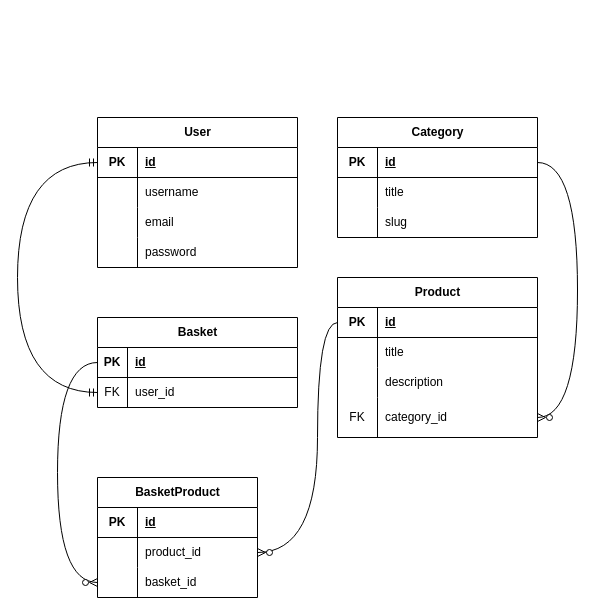
The draw.io diagram ER.drawio in on3ginnn/djangoReactDemo, before the edit. Source tidied: cells renumbered, new cells numbered last; positions are measured from the earlier drawing's top-left corner, leaving out a move shared by most shapes. Both pictures are drawn from the tidied source at 100%, with x=0, y=0 at pixel (17, 117).
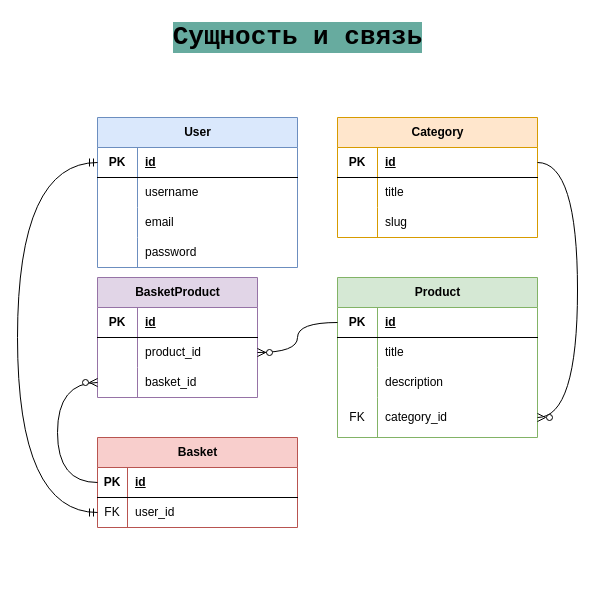
Above is the later version.

The change refers to these unchanged cells:
```xml
<mxCell id="3" style="shape=tableRow;horizontal=0;startSize=0;swimlaneHead=0;swimlaneBody=0;fillColor=none;points=[[0,0.5],[1,0.5]];portConstraint=eastwest;top=0;left=0;right=0;bottom=1;" parent="2" vertex="1">
  <mxGeometry y="30" width="200" height="30" as="geometry" />
</mxCell>
<mxCell id="26" style="shape=tableRow;horizontal=0;startSize=0;swimlaneHead=0;swimlaneBody=0;fillColor=none;points=[[0,0.5],[1,0.5]];portConstraint=eastwest;top=0;left=0;right=0;bottom=1;" parent="25" vertex="1">
  <mxGeometry y="30" width="200" height="30" as="geometry" />
</mxCell>
<mxCell id="40" style="shape=tableRow;horizontal=0;startSize=0;swimlaneHead=0;swimlaneBody=0;fillColor=none;points=[[0,0.5],[1,0.5]];portConstraint=eastwest;top=0;left=0;right=0;bottom=1;" parent="39" vertex="1">
  <mxGeometry y="30" width="200" height="30" as="geometry" />
</mxCell>
<mxCell id="43" style="shape=tableRow;horizontal=0;startSize=0;swimlaneHead=0;swimlaneBody=0;fillColor=none;points=[[0,0.5],[1,0.5]];portConstraint=eastwest;top=0;left=0;right=0;bottom=0;" parent="39" vertex="1">
  <mxGeometry y="60" width="200" height="30" as="geometry" />
</mxCell>
<mxCell id="50" style="shape=tableRow;horizontal=0;startSize=0;swimlaneHead=0;swimlaneBody=0;fillColor=none;points=[[0,0.5],[1,0.5]];portConstraint=eastwest;top=0;left=0;right=0;bottom=0;" parent="46" vertex="1">
  <mxGeometry y="60" width="160" height="30" as="geometry" />
</mxCell>
<mxCell id="53" style="shape=tableRow;horizontal=0;startSize=0;swimlaneHead=0;swimlaneBody=0;fillColor=none;points=[[0,0.5],[1,0.5]];portConstraint=eastwest;top=0;left=0;right=0;bottom=0;" parent="46" vertex="1">
  <mxGeometry y="90" width="160" height="30" as="geometry" />
</mxCell>
```

Change to the diagram source:
```diff
@@
-    <mxCell id="2" value="User" style="shape=table;startSize=30;childLayout=tableLayout;rowLines=0;fontStyle=1;align=center;html=1;" parent="1" vertex="1">
+    <mxCell id="2" value="User" style="shape=table;startSize=30;childLayout=tableLayout;rowLines=0;fontStyle=1;align=center;html=1;fillColor=#dae8fc;strokeColor=#6c8ebf;" parent="1" vertex="1">
       <mxGeometry x="80" width="200" height="150" as="geometry" />
     </mxCell>
@@
-    <mxCell id="15" value="Category" style="shape=table;startSize=30;childLayout=tableLayout;rowLines=0;fontStyle=1;align=center;html=1;" parent="1" vertex="1">
+    <mxCell id="15" value="Category" style="shape=table;startSize=30;childLayout=tableLayout;rowLines=0;fontStyle=1;align=center;html=1;fillColor=#ffe6cc;strokeColor=#d79b00;" parent="1" vertex="1">
       <mxGeometry x="320" width="200" height="120" as="geometry" />
     </mxCell>
@@
-    <mxCell id="25" value="Product" style="shape=table;startSize=30;childLayout=tableLayout;rowLines=0;fontStyle=1;align=center;html=1;" parent="1" vertex="1">
+    <mxCell id="25" value="Product" style="shape=table;startSize=30;childLayout=tableLayout;rowLines=0;fontStyle=1;align=center;html=1;fillColor=#d5e8d4;strokeColor=#82b366;" parent="1" vertex="1">
       <mxGeometry x="320" y="160" width="200" height="160" as="geometry" />
     </mxCell>
@@
-    <mxCell id="39" value="Basket" style="shape=table;startSize=30;childLayout=tableLayout;rowLines=0;fontStyle=1;align=center;html=1;" parent="1" vertex="1">
-      <mxGeometry x="80" y="200" width="200" height="90" as="geometry" />
+    <mxCell id="39" value="Basket" style="shape=table;startSize=30;childLayout=tableLayout;rowLines=0;fontStyle=1;align=center;html=1;fillColor=#f8cecc;strokeColor=#b85450;" parent="1" vertex="1">
+      <mxGeometry x="80" y="320" width="200" height="90" as="geometry" />
     </mxCell>
@@
-    <mxCell id="46" value="BasketProduct" style="shape=table;startSize=30;childLayout=tableLayout;rowLines=0;fontStyle=1;align=center;html=1;" parent="1" vertex="1">
-      <mxGeometry x="80" y="360" width="160" height="120" as="geometry" />
+    <mxCell id="46" value="BasketProduct" style="shape=table;startSize=30;childLayout=tableLayout;rowLines=0;fontStyle=1;align=center;html=1;fillColor=#e1d5e7;strokeColor=#9673a6;" parent="1" vertex="1">
+      <mxGeometry x="80" y="160" width="160" height="120" as="geometry" />
     </mxCell>
@@
     <mxCell id="56" style="edgeStyle=orthogonalEdgeStyle;fontSize=12;html=1;endArrow=ERzeroToMany;endFill=1;rounded=0;exitX=0;exitY=0.5;exitDx=0;exitDy=0;entryX=1;entryY=0.5;entryDx=0;entryDy=0;curved=1;" parent="1" edge="1" source="26" target="50">
       <mxGeometry relative="1" as="geometry">
         <Array as="points">
-          <mxPoint x="300" y="205" />
-          <mxPoint x="300" y="435" />
+          <mxPoint x="280" y="205" />
+          <mxPoint x="280" y="235" />
         </Array>
       </mxGeometry>
     </mxCell>
     <mxCell id="57" style="edgeStyle=orthogonalEdgeStyle;fontSize=12;html=1;endArrow=ERzeroToMany;endFill=1;rounded=0;entryX=0;entryY=0.5;entryDx=0;entryDy=0;exitX=0;exitY=0.5;exitDx=0;exitDy=0;curved=1;" parent="1" edge="1" source="40" target="53">
       <mxGeometry relative="1" as="geometry">
         <Array as="points">
-          <mxPoint x="40" y="245" />
-          <mxPoint x="40" y="465" />
+          <mxPoint x="40" y="365" />
+          <mxPoint x="40" y="265" />
         </Array>
       </mxGeometry>
     </mxCell>
-    <mxCell id="58" style="edgeStyle=orthogonalEdgeStyle;fontSize=12;html=1;endArrow=ERmandOne;startArrow=ERmandOne;rounded=0;entryX=0;entryY=0.5;entryDx=0;entryDy=0;exitX=0;exitY=0.5;exitDx=0;exitDy=0;curved=1;" parent="1" edge="1" source="43" target="3">
+    <mxCell id="58" style="edgeStyle=orthogonalEdgeStyle;fontSize=12;html=1;endArrow=ERmandOne;startArrow=ERmandOne;rounded=0;entryX=0;entryY=0.5;entryDx=0;entryDy=0;exitX=0;exitY=0.5;exitDx=0;exitDy=0;elbow=vertical;curved=1;" parent="1" edge="1" source="43" target="3">
       <mxGeometry relative="1" as="geometry">
         <Array as="points">
-          <mxPoint y="275" />
+          <mxPoint y="395" />
           <mxPoint y="45" />
         </Array>
       </mxGeometry>
     </mxCell>
+    <mxCell id="59" value="Сущность и связь" style="text;strokeColor=none;fillColor=none;html=1;fontSize=26;fontStyle=1;verticalAlign=middle;align=center;fontFamily=Courier New;labelBackgroundColor=#67AB9F;labelBorderColor=none;" parent="1" vertex="1">
+      <mxGeometry x="160" y="-100" width="240" height="40" as="geometry" />
+    </mxCell>
```
